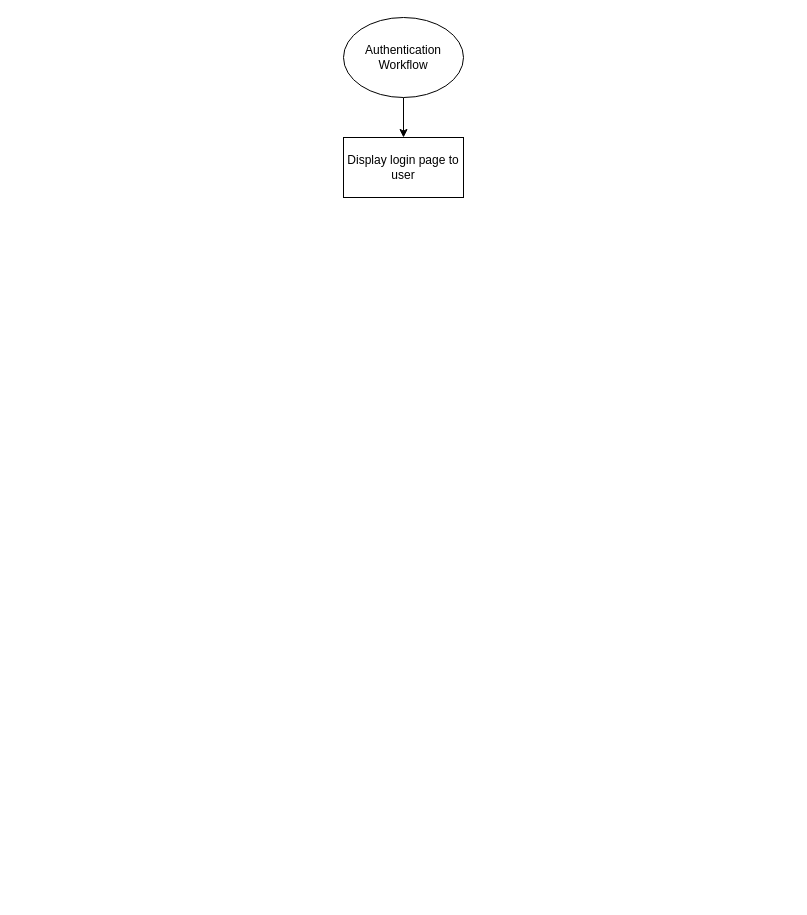
The draw.io diagram design/NEA - Auth.drawio in Boxersteavee/nea, before the edit. Source tidied: cells renumbered, new cells numbered last; positions are measured from the earlier drawing's top-left corner, leaving out a move shared by most shapes. Both pictures are drawn from the tidied source at 100%, with x=0, y=0 at pixel (343, 17).
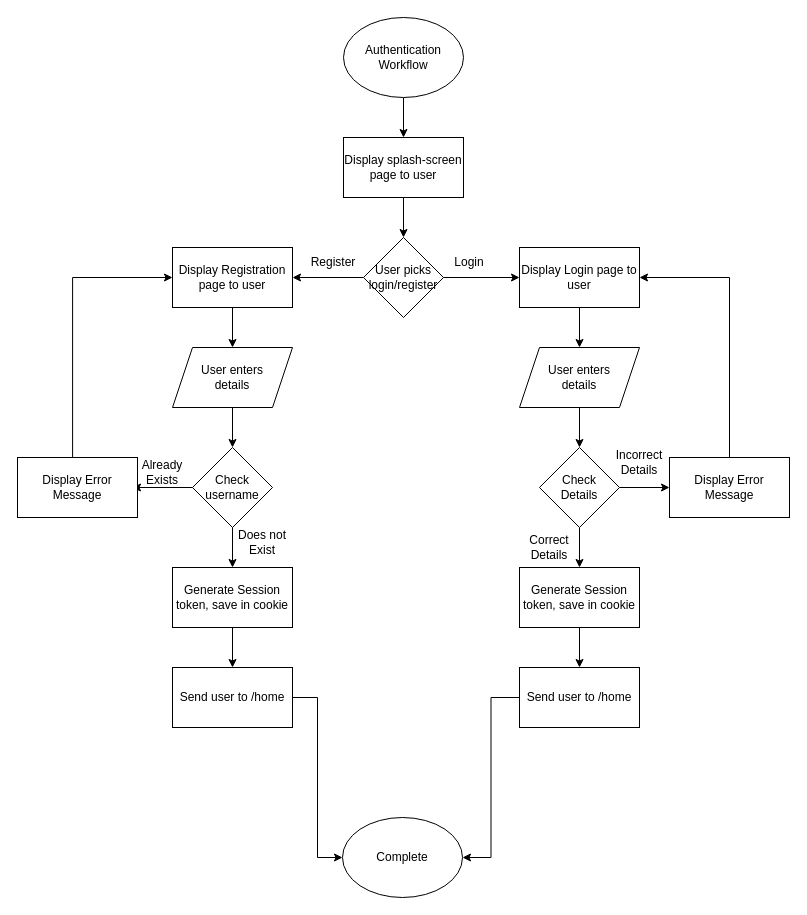
After the change.

The edit, as a diff of the source:
```diff
@@
+    <mxCell id="5" style="edgeStyle=orthogonalEdgeStyle;rounded=0;jettySize=auto;html=1;entryX=0.5;entryY=0;entryDx=0;entryDy=0;" parent="1" edge="1" source="4" target="8">
+      <mxGeometry relative="1" as="geometry" />
+    </mxCell>
-    <mxCell id="4" value="Display login page to user" style="whiteSpace=wrap;html=1;" parent="1" vertex="1">
+    <mxCell id="4" value="Display splash-screen page to user" style="whiteSpace=wrap;html=1;" parent="1" vertex="1">
       <mxGeometry y="120" width="120" height="60" as="geometry" />
     </mxCell>
+    <mxCell id="6" style="edgeStyle=orthogonalEdgeStyle;rounded=0;jettySize=auto;html=1;" parent="1" edge="1" source="8" target="10">
+      <mxGeometry relative="1" as="geometry" />
+    </mxCell>
+    <mxCell id="7" style="edgeStyle=orthogonalEdgeStyle;rounded=0;jettySize=auto;html=1;" parent="1" edge="1" source="8" target="23">
+      <mxGeometry relative="1" as="geometry" />
+    </mxCell>
+    <mxCell id="8" value="User picks login/register" style="rhombus;whiteSpace=wrap;html=1;" parent="1" vertex="1">
+      <mxGeometry x="20" y="220" width="80" height="80" as="geometry" />
+    </mxCell>
+    <mxCell id="9" style="edgeStyle=orthogonalEdgeStyle;rounded=0;jettySize=auto;html=1;" parent="1" edge="1" source="10" target="12">
+      <mxGeometry relative="1" as="geometry" />
+    </mxCell>
+    <mxCell id="10" value="Display Login page to user" style="whiteSpace=wrap;html=1;" parent="1" vertex="1">
+      <mxGeometry x="176" y="230" width="120" height="60" as="geometry" />
+    </mxCell>
+    <mxCell id="11" style="edgeStyle=orthogonalEdgeStyle;rounded=0;jettySize=auto;html=1;" parent="1" edge="1" source="12" target="15">
+      <mxGeometry relative="1" as="geometry" />
+    </mxCell>
+    <mxCell id="12" value="User enters&lt;div&gt;details&lt;/div&gt;" style="shape=parallelogram;perimeter=parallelogramPerimeter;whiteSpace=wrap;html=1;fixedSize=1;" parent="1" vertex="1">
+      <mxGeometry x="176" y="330" width="120" height="60" as="geometry" />
+    </mxCell>
+    <mxCell id="13" style="edgeStyle=orthogonalEdgeStyle;rounded=0;jettySize=auto;html=1;" parent="1" edge="1" source="15" target="17">
+      <mxGeometry relative="1" as="geometry" />
+    </mxCell>
+    <mxCell id="14" style="edgeStyle=orthogonalEdgeStyle;rounded=0;jettySize=auto;html=1;" parent="1" edge="1" source="15" target="19">
+      <mxGeometry relative="1" as="geometry" />
+    </mxCell>
+    <mxCell id="15" value="Check&lt;br&gt;Details" style="rhombus;whiteSpace=wrap;html=1;" parent="1" vertex="1">
+      <mxGeometry x="196" y="430" width="80" height="80" as="geometry" />
+    </mxCell>
+    <mxCell id="16" style="edgeStyle=orthogonalEdgeStyle;rounded=0;jettySize=auto;html=1;entryX=1;entryY=0.5;entryDx=0;entryDy=0;" parent="1" edge="1" source="17" target="10">
+      <mxGeometry relative="1" as="geometry">
+        <Array as="points">
+          <mxPoint x="386" y="260" />
+        </Array>
+      </mxGeometry>
+    </mxCell>
+    <mxCell id="17" value="Display Error&lt;br&gt;Message" style="whiteSpace=wrap;html=1;" parent="1" vertex="1">
+      <mxGeometry x="326" y="440" width="120" height="60" as="geometry" />
+    </mxCell>
+    <mxCell id="18" style="edgeStyle=orthogonalEdgeStyle;rounded=0;jettySize=auto;html=1;" parent="1" edge="1" source="19" target="21">
+      <mxGeometry relative="1" as="geometry" />
+    </mxCell>
+    <mxCell id="19" value="Generate Session token, save in cookie" style="whiteSpace=wrap;html=1;" parent="1" vertex="1">
+      <mxGeometry x="176" y="550" width="120" height="60" as="geometry" />
+    </mxCell>
+    <mxCell id="20" style="edgeStyle=orthogonalEdgeStyle;rounded=0;jettySize=auto;html=1;entryX=1;entryY=0.5;entryDx=0;entryDy=0;" parent="1" edge="1" source="21" target="41">
+      <mxGeometry relative="1" as="geometry" />
+    </mxCell>
+    <mxCell id="21" value="Send user to /home" style="whiteSpace=wrap;html=1;" parent="1" vertex="1">
+      <mxGeometry x="176" y="650" width="120" height="60" as="geometry" />
+    </mxCell>
+    <mxCell id="22" style="edgeStyle=orthogonalEdgeStyle;rounded=0;jettySize=auto;html=1;" parent="1" edge="1" source="23" target="25">
+      <mxGeometry relative="1" as="geometry" />
+    </mxCell>
+    <mxCell id="23" value="Display Registration page to user" style="whiteSpace=wrap;html=1;" parent="1" vertex="1">
+      <mxGeometry x="-171" y="230" width="120" height="60" as="geometry" />
+    </mxCell>
+    <mxCell id="24" style="edgeStyle=orthogonalEdgeStyle;rounded=0;jettySize=auto;html=1;" parent="1" edge="1" source="25" target="28">
+      <mxGeometry relative="1" as="geometry" />
+    </mxCell>
+    <mxCell id="25" value="User enters&lt;div&gt;details&lt;/div&gt;" style="shape=parallelogram;perimeter=parallelogramPerimeter;whiteSpace=wrap;html=1;fixedSize=1;" parent="1" vertex="1">
+      <mxGeometry x="-171" y="330" width="120" height="60" as="geometry" />
+    </mxCell>
+    <mxCell id="26" style="edgeStyle=orthogonalEdgeStyle;rounded=0;jettySize=auto;html=1;" parent="1" edge="1" source="28">
+      <mxGeometry relative="1" as="geometry">
+        <mxPoint x="-211" y="470" as="targetPoint" />
+      </mxGeometry>
+    </mxCell>
+    <mxCell id="27" style="edgeStyle=orthogonalEdgeStyle;rounded=0;jettySize=auto;html=1;entryX=0.5;entryY=0;entryDx=0;entryDy=0;" parent="1" edge="1" source="28" target="32">
+      <mxGeometry relative="1" as="geometry" />
+    </mxCell>
+    <mxCell id="28" value="Check username" style="rhombus;whiteSpace=wrap;html=1;" parent="1" vertex="1">
+      <mxGeometry x="-151" y="430" width="80" height="80" as="geometry" />
+    </mxCell>
+    <mxCell id="29" style="edgeStyle=orthogonalEdgeStyle;rounded=0;jettySize=auto;html=1;entryX=0;entryY=0.5;entryDx=0;entryDy=0;" parent="1" edge="1" target="23">
+      <mxGeometry relative="1" as="geometry">
+        <mxPoint x="-270.9" y="440" as="sourcePoint" />
+        <Array as="points">
+          <mxPoint x="-271" y="260" />
+        </Array>
+      </mxGeometry>
+    </mxCell>
+    <mxCell id="30" value="Display Error Message" style="whiteSpace=wrap;html=1;" parent="1" vertex="1">
+      <mxGeometry x="-326" y="440" width="120" height="60" as="geometry" />
+    </mxCell>
+    <mxCell id="31" style="edgeStyle=orthogonalEdgeStyle;rounded=0;jettySize=auto;html=1;" parent="1" edge="1" source="32" target="34">
+      <mxGeometry relative="1" as="geometry" />
+    </mxCell>
+    <mxCell id="32" value="Generate Session token, save in cookie" style="whiteSpace=wrap;html=1;" parent="1" vertex="1">
+      <mxGeometry x="-171" y="550" width="120" height="60" as="geometry" />
+    </mxCell>
+    <mxCell id="33" style="edgeStyle=orthogonalEdgeStyle;rounded=0;jettySize=auto;html=1;entryX=0;entryY=0.5;entryDx=0;entryDy=0;" parent="1" edge="1" source="34" target="41">
+      <mxGeometry relative="1" as="geometry" />
+    </mxCell>
+    <mxCell id="34" value="Send user to /home" style="whiteSpace=wrap;html=1;" parent="1" vertex="1">
+      <mxGeometry x="-171" y="650" width="120" height="60" as="geometry" />
+    </mxCell>
+    <mxCell id="35" value="Incorrect Details" style="text;html=1;whiteSpace=wrap;strokeColor=none;fillColor=none;align=center;verticalAlign=middle;rounded=0;" parent="1" vertex="1">
+      <mxGeometry x="266" y="430" width="60" height="30" as="geometry" />
+    </mxCell>
+    <mxCell id="36" value="Correct Details" style="text;html=1;whiteSpace=wrap;strokeColor=none;fillColor=none;align=center;verticalAlign=middle;rounded=0;" parent="1" vertex="1">
+      <mxGeometry x="176" y="515" width="60" height="30" as="geometry" />
+    </mxCell>
+    <mxCell id="37" value="Login" style="text;html=1;whiteSpace=wrap;strokeColor=none;fillColor=none;align=center;verticalAlign=middle;rounded=0;" parent="1" vertex="1">
+      <mxGeometry x="96" y="230" width="60" height="30" as="geometry" />
+    </mxCell>
+    <mxCell id="38" value="Register" style="text;html=1;whiteSpace=wrap;strokeColor=none;fillColor=none;align=center;verticalAlign=middle;rounded=0;" parent="1" vertex="1">
+      <mxGeometry x="-40" y="230" width="60" height="30" as="geometry" />
+    </mxCell>
+    <mxCell id="39" value="Already Exists" style="text;html=1;whiteSpace=wrap;strokeColor=none;fillColor=none;align=center;verticalAlign=middle;rounded=0;" parent="1" vertex="1">
+      <mxGeometry x="-211" y="440" width="60" height="30" as="geometry" />
+    </mxCell>
+    <mxCell id="40" value="Does not Exist" style="text;html=1;whiteSpace=wrap;strokeColor=none;fillColor=none;align=center;verticalAlign=middle;rounded=0;" parent="1" vertex="1">
+      <mxGeometry x="-111" y="510" width="60" height="30" as="geometry" />
+    </mxCell>
+    <mxCell id="41" value="Complete" style="ellipse;whiteSpace=wrap;html=1;" parent="1" vertex="1">
+      <mxGeometry x="-1" y="800" width="120" height="80" as="geometry" />
+    </mxCell>
```
